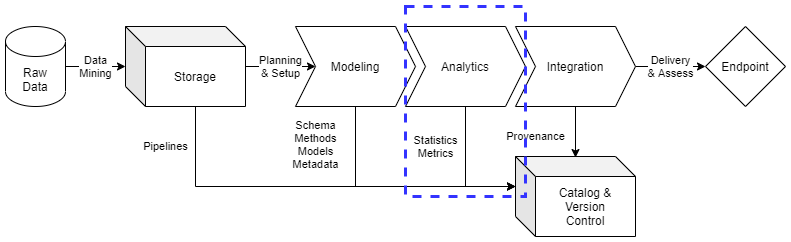
CertusGroup/ciutshi keeps this draw.io diagram as docs/source/static/images/dm_overview_analytics.png. Above is the earlier version. Source tidied: cells renumbered, new cells last; positions are measured from the earlier drawing's top-left corner, leaving out a move shared by most shapes. Its diagram source:
```xml
<mxGraphModel>
  <root>
    <mxCell id="0" />
    <mxCell id="1" parent="0" />
    <mxCell id="2" value="Data&lt;br&gt;Mining" style="edgeStyle=orthogonalEdgeStyle;rounded=0;jettySize=auto;html=1;" parent="1" edge="1" source="3" target="12">
      <mxGeometry relative="1" as="geometry" />
    </mxCell>
    <mxCell id="3" value="Raw&lt;br&gt;Data" style="shape=cylinder3;whiteSpace=wrap;html=1;boundedLbl=1;backgroundOutline=1;size=15;" parent="1" vertex="1">
      <mxGeometry y="20" width="60" height="80" as="geometry" />
    </mxCell>
    <mxCell id="4" value="Schema&lt;br&gt;Methods&lt;br&gt;Models&lt;br&gt;Metadata" style="edgeStyle=orthogonalEdgeStyle;rounded=0;jettySize=auto;html=1;exitX=0.5;exitY=1;exitDx=0;exitDy=0;entryX=0;entryY=0;entryDx=0;entryDy=30;entryPerimeter=0;" parent="1" edge="1" source="5" target="15">
      <mxGeometry x="-0.69" y="-40" relative="1" as="geometry" />
    </mxCell>
    <mxCell id="5" value="Modeling" style="shape=step;perimeter=stepPerimeter;whiteSpace=wrap;html=1;fixedSize=1;" parent="1" vertex="1">
      <mxGeometry x="290" y="20" width="120" height="80" as="geometry" />
    </mxCell>
    <mxCell id="6" value="Provenance" style="edgeStyle=orthogonalEdgeStyle;rounded=0;jettySize=auto;html=1;exitX=0.5;exitY=1;exitDx=0;exitDy=0;entryX=0.5;entryY=0.013;entryDx=0;entryDy=0;entryPerimeter=0;" parent="1" edge="1" source="8" target="15">
      <mxGeometry x="0.18" y="-40" relative="1" as="geometry" />
    </mxCell>
    <mxCell id="7" value="Delivery&lt;br&gt;&amp;amp; Assess" style="edgeStyle=orthogonalEdgeStyle;rounded=0;jettySize=auto;html=1;exitX=1;exitY=0.5;exitDx=0;exitDy=0;entryX=0;entryY=0.5;entryDx=0;entryDy=0;" parent="1" edge="1" source="8" target="9">
      <mxGeometry relative="1" as="geometry" />
    </mxCell>
    <mxCell id="8" value="Integration" style="shape=step;perimeter=stepPerimeter;whiteSpace=wrap;html=1;fixedSize=1;" parent="1" vertex="1">
      <mxGeometry x="510" y="20" width="120" height="80" as="geometry" />
    </mxCell>
    <mxCell id="9" value="Endpoint" style="rhombus;whiteSpace=wrap;html=1;" parent="1" vertex="1">
      <mxGeometry x="700" y="20" width="80" height="80" as="geometry" />
    </mxCell>
    <mxCell id="10" value="Planning&lt;br&gt;&amp;amp; Setup" style="edgeStyle=orthogonalEdgeStyle;rounded=0;jettySize=auto;html=1;" parent="1" edge="1" source="12" target="5">
      <mxGeometry relative="1" as="geometry" />
    </mxCell>
    <mxCell id="11" value="Pipelines" style="edgeStyle=orthogonalEdgeStyle;rounded=0;jettySize=auto;html=1;exitX=0;exitY=0;exitDx=70;exitDy=80;exitPerimeter=0;entryX=0;entryY=0;entryDx=0;entryDy=30;entryPerimeter=0;" parent="1" edge="1" source="12" target="15">
      <mxGeometry x="-0.8" y="-30" relative="1" as="geometry" />
    </mxCell>
    <mxCell id="12" value="Storage" style="shape=cube;whiteSpace=wrap;html=1;boundedLbl=1;backgroundOutline=1;darkOpacity=0.05;darkOpacity2=0.1;" parent="1" vertex="1">
      <mxGeometry x="120" y="20" width="120" height="80" as="geometry" />
    </mxCell>
    <mxCell id="13" value="Statistics&lt;br&gt;Metrics" style="edgeStyle=orthogonalEdgeStyle;rounded=0;jettySize=auto;html=1;exitX=0.5;exitY=1;exitDx=0;exitDy=0;entryX=0;entryY=0;entryDx=0;entryDy=30;entryPerimeter=0;" parent="1" edge="1" source="14" target="15">
      <mxGeometry x="-0.38" y="-30" relative="1" as="geometry" />
    </mxCell>
    <mxCell id="14" value="Analytics" style="shape=step;perimeter=stepPerimeter;whiteSpace=wrap;html=1;fixedSize=1;" parent="1" vertex="1">
      <mxGeometry x="400" y="20" width="120" height="80" as="geometry" />
    </mxCell>
    <mxCell id="15" value="Catalog &amp;amp;&lt;br&gt;Version&lt;br&gt;Control" style="shape=cube;whiteSpace=wrap;html=1;boundedLbl=1;backgroundOutline=1;darkOpacity=0.05;darkOpacity2=0.1;" parent="1" vertex="1">
      <mxGeometry x="510" y="150" width="120" height="80" as="geometry" />
    </mxCell>
    <mxCell id="16" style="rounded=0;whiteSpace=wrap;html=1;fillColor=none;dashed=1;strokeWidth=3;strokeColor=#3333FF;" parent="1" vertex="1">
      <mxGeometry x="400" width="120" height="190" as="geometry" />
    </mxCell>
  </root>
</mxGraphModel>
```
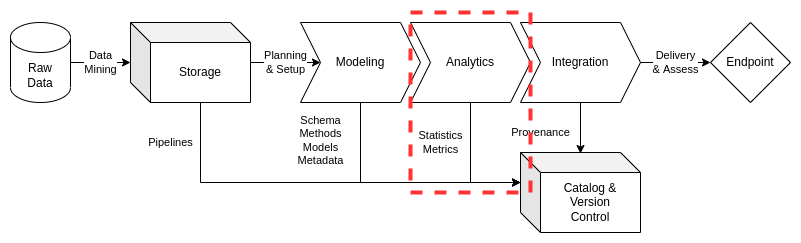
After the commit.

Change to the diagram source:
```diff
@@ -44,8 +44,8 @@
     <mxCell id="15" value="Catalog &amp;amp;&lt;br&gt;Version&lt;br&gt;Control" style="shape=cube;whiteSpace=wrap;html=1;boundedLbl=1;backgroundOutline=1;darkOpacity=0.05;darkOpacity2=0.1;" parent="1" vertex="1">
       <mxGeometry x="510" y="150" width="120" height="80" as="geometry" />
     </mxCell>
-    <mxCell id="16" style="rounded=0;whiteSpace=wrap;html=1;fillColor=none;dashed=1;strokeWidth=3;strokeColor=#3333FF;" parent="1" vertex="1">
-      <mxGeometry x="400" width="120" height="190" as="geometry" />
-    </mxCell>
+    <mxCell id="17" style="rounded=0;whiteSpace=wrap;html=1;dashed=1;strokeColor=#FF3333;strokeWidth=4;fillColor=none;" parent="1" vertex="1">
+      <mxGeometry x="400" y="10" width="120" height="180" as="geometry" />
+    </mxCell>
   </root>
 </mxGraphModel>
```
